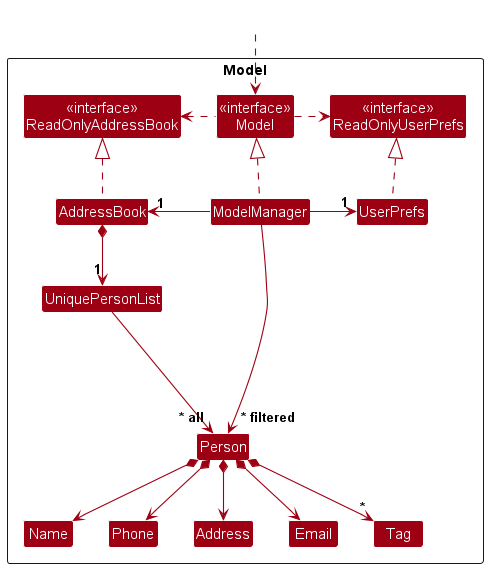
The PlantUML diagram docs/images/ModelClassDiagram.png in nus-cs2103-AY2425S1/tp, before a commit. The source it was exported from:
```plantuml
@startuml
!include style.puml
skinparam arrowThickness 1.1
skinparam arrowColor MODEL_COLOR
skinparam classBackgroundColor MODEL_COLOR

Package Model as ModelPackage <<Rectangle>>{
Class "<<interface>>\nReadOnlyAddressBook" as ReadOnlyAddressBook
Class "<<interface>>\nReadOnlyUserPrefs" as ReadOnlyUserPrefs
Class "<<interface>>\nModel" as Model
Class AddressBook
Class ModelManager
Class UserPrefs

Class UniquePersonList
Class Person
Class Address
Class Email
Class Name
Class Phone
Class Tag

Class I #FFFFFF
}

Class HiddenOutside #FFFFFF
HiddenOutside ..> Model

AddressBook .up.|> ReadOnlyAddressBook

ModelManager .up.|> Model
Model .right.> ReadOnlyUserPrefs
Model .left.> ReadOnlyAddressBook
ModelManager -left-> "1" AddressBook
ModelManager -right-> "1" UserPrefs
UserPrefs .up.|> ReadOnlyUserPrefs

AddressBook *--> "1" UniquePersonList
UniquePersonList --> "~* all" Person
Person *--> Name
Person *--> Phone
Person *--> Email
Person *--> Address
Person *--> "*" Tag

Person -[hidden]up--> I
UniquePersonList -[hidden]right-> I

Name -[hidden]right-> Phone
Phone -[hidden]right-> Address
Address -[hidden]right-> Email

ModelManager --> "~* filtered" Person
@enduml
```
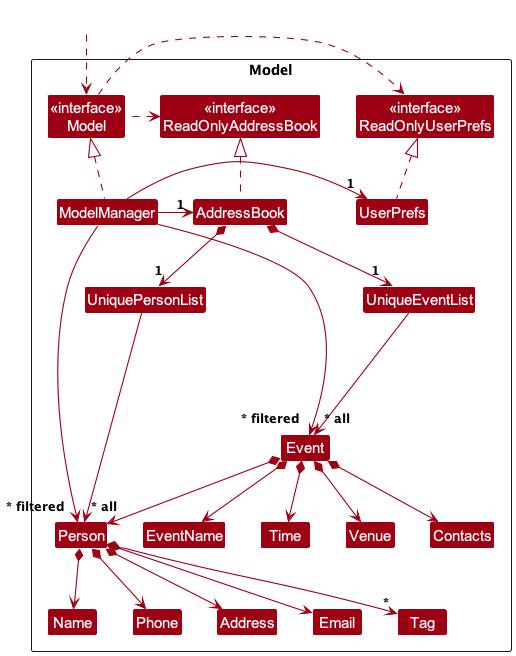
Later version of the same file.

Commit message:
Update UML design

What changed in the source:
```diff
@@ -13,12 +13,18 @@
 Class UserPrefs
 
 Class UniquePersonList
+Class UniqueEventList
 Class Person
 Class Address
 Class Email
 Class Name
 Class Phone
 Class Tag
+Class Event
+Class EventName
+Class Time
+Class Venue
+Class Contacts
 
 Class I #FFFFFF
 }
@@ -43,6 +49,22 @@
 Person *--> Address
 Person *--> "*" Tag
 
+AddressBook *--> "1" UniqueEventList
+UniqueEventList --> "~* all" Event
+Event *--> EventName
+Event *--> Time
+Event *--> Venue
+Event *--> Person
+Event *--> Contacts
+
+Event -[hidden]up--> I
+UniqueEventList -[hidden]right-> I
+
+EventName -[hidden]right-> Time
+Time -[hidden]right-> Venue
+Venue -[hidden]right-> Person
+Person -[hidden]right-> Contacts
+
 Person -[hidden]up--> I
 UniquePersonList -[hidden]right-> I
 
@@ -51,4 +73,5 @@
 Address -[hidden]right-> Email
 
 ModelManager --> "~* filtered" Person
+ModelManager --> "~* filtered" Event
 @enduml
```
